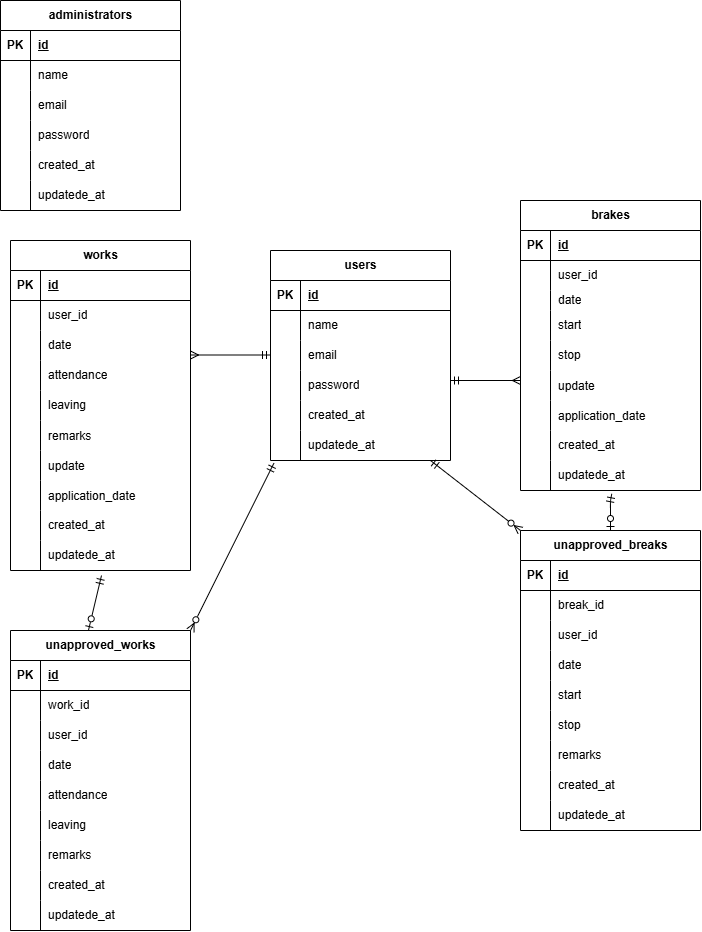
Above: src/index.drawio.png in tsugumi-0406/attendance-management (draw.io), before the change. Source tidied: cells renumbered, new cells last; positions are measured from the earlier drawing's top-left corner, leaving out a move shared by most shapes.
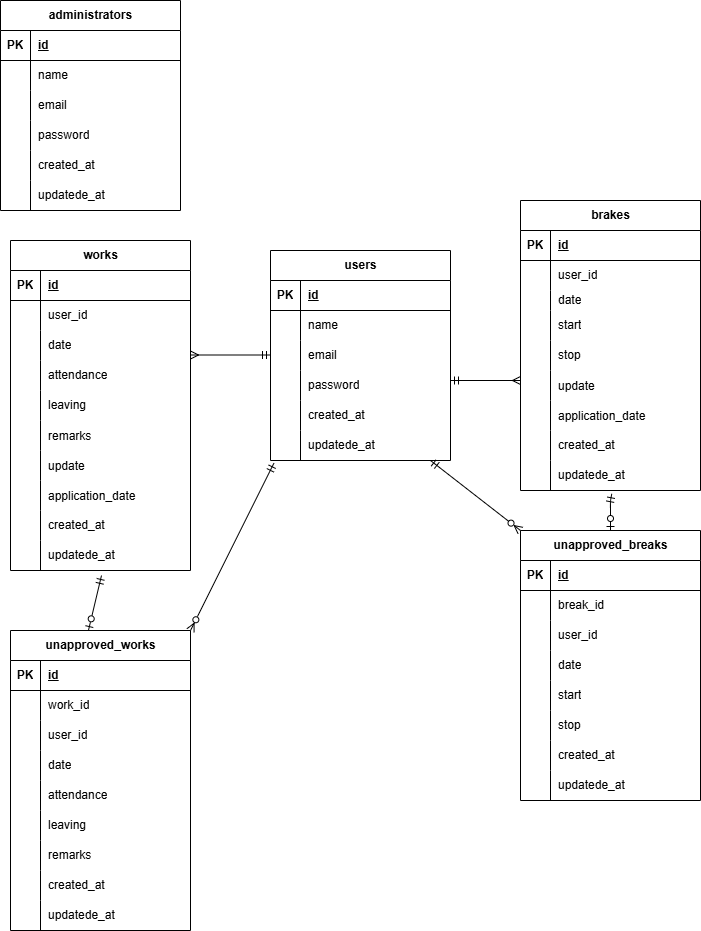
The same diagram one commit later.

Commit message:
ER図の更新、各コントローラーに操作内容を記入

Change to the diagram source:
```diff
@@ -294,7 +294,7 @@
       <mxGeometry x="30" width="150" height="30" as="geometry" />
     </mxCell>
     <mxCell id="99" value="unapproved_breaks" style="shape=table;startSize=30;rowLines=0;fontStyle=1;align=center;html=1;" parent="1" vertex="1">
-      <mxGeometry x="520" y="530" width="180" height="300" as="geometry" />
+      <mxGeometry x="520" y="530" width="180" height="270" as="geometry" />
     </mxCell>
     <mxCell id="100" style="shape=tableRow;horizontal=0;startSize=0;swimlaneHead=0;swimlaneBody=0;fillColor=none;top=0;left=0;right=0;bottom=1;" parent="99" vertex="1">
       <mxGeometry y="30" width="180" height="30" as="geometry" />
@@ -350,17 +350,8 @@
     <mxCell id="117" value="stop" style="shape=partialRectangle;fillColor=none;top=0;left=0;bottom=0;right=0;align=left;spacingLeft=6;overflow=hidden;whiteSpace=wrap;html=1;" parent="115" vertex="1">
       <mxGeometry x="30" width="150" height="30" as="geometry" />
     </mxCell>
-    <mxCell id="118" style="shape=tableRow;horizontal=0;startSize=0;swimlaneHead=0;swimlaneBody=0;fillColor=none;top=0;left=0;right=0;bottom=0;" parent="99" vertex="1">
-      <mxGeometry y="210" width="180" height="30" as="geometry" />
-    </mxCell>
-    <mxCell id="119" style="shape=partialRectangle;fillColor=none;top=0;left=0;bottom=0;right=0;overflow=hidden;whiteSpace=wrap;html=1;" parent="118" vertex="1">
-      <mxGeometry width="30" height="30" as="geometry" />
-    </mxCell>
-    <mxCell id="120" value="remarks" style="shape=partialRectangle;fillColor=none;top=0;left=0;bottom=0;right=0;align=left;spacingLeft=6;overflow=hidden;whiteSpace=wrap;html=1;" parent="118" vertex="1">
-      <mxGeometry x="30" width="150" height="30" as="geometry" />
-    </mxCell>
     <mxCell id="121" style="shape=tableRow;horizontal=0;startSize=0;swimlaneHead=0;swimlaneBody=0;fillColor=none;top=0;left=0;right=0;bottom=0;" parent="99" vertex="1">
-      <mxGeometry y="240" width="180" height="30" as="geometry" />
+      <mxGeometry y="210" width="180" height="30" as="geometry" />
     </mxCell>
     <mxCell id="122" style="shape=partialRectangle;fillColor=none;top=0;left=0;bottom=0;right=0;overflow=hidden;whiteSpace=wrap;html=1;" parent="121" vertex="1">
       <mxGeometry width="30" height="30" as="geometry" />
@@ -369,7 +360,7 @@
       <mxGeometry x="30" width="150" height="30" as="geometry" />
     </mxCell>
     <mxCell id="124" style="shape=tableRow;horizontal=0;startSize=0;swimlaneHead=0;swimlaneBody=0;fillColor=none;top=0;left=0;right=0;bottom=0;" parent="99" vertex="1">
-      <mxGeometry y="270" width="180" height="30" as="geometry" />
+      <mxGeometry y="240" width="180" height="30" as="geometry" />
     </mxCell>
     <mxCell id="125" style="shape=partialRectangle;fillColor=none;top=0;left=0;bottom=0;right=0;overflow=hidden;whiteSpace=wrap;html=1;" parent="124" vertex="1">
       <mxGeometry width="30" height="30" as="geometry" />
```
